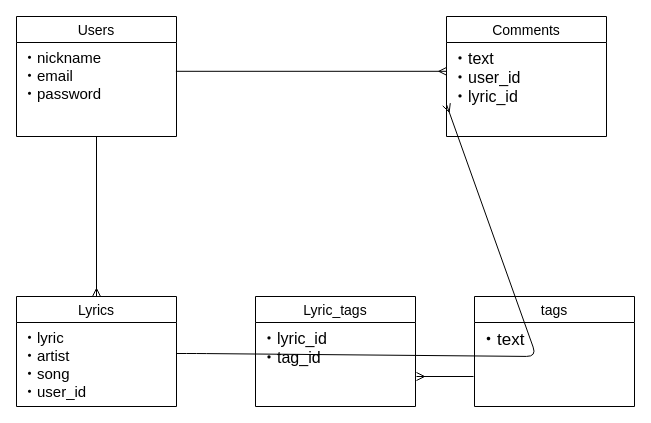
Above: lyric.dio in kenta6kmg/my_favorite_lyric (draw.io), before the change. Source tidied: cells renumbered, new cells numbered last; positions are measured from the earlier drawing's top-left corner, leaving out a move shared by most shapes. Both pictures are drawn from the tidied source at 100%, with x=0, y=0 at pixel (16, 16).
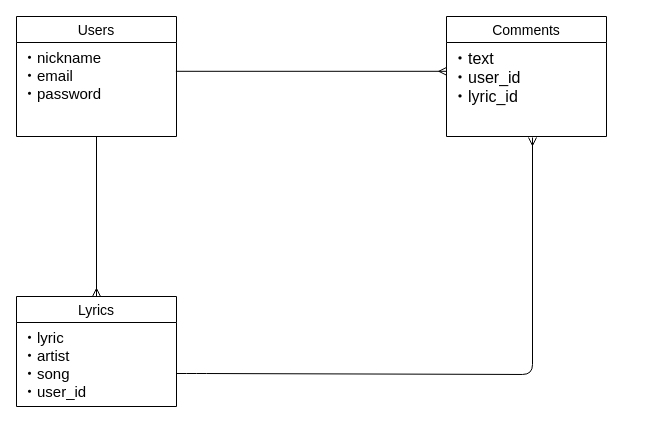
After the change.

The edit, as a diff of the source:
```diff
@@
-    <mxCell id="8" value="Lyric_tags" style="swimlane;fontStyle=0;horizontal=1;startSize=26;align=center;fontSize=14;" parent="1" vertex="1">
-      <mxGeometry x="239" y="280" width="160" height="110" as="geometry" />
-    </mxCell>
-    <mxCell id="9" value="・lyric_id&#10;・tag_id&#10;" style="text;strokeColor=none;fillColor=none;spacingLeft=4;spacingRight=4;overflow=hidden;fontSize=16;" parent="8" vertex="1">
-      <mxGeometry y="26" width="160" height="84" as="geometry" />
-    </mxCell>
-    <mxCell id="10" style="endArrow=none;html=1;rounded=0;fontSize=15;startArrow=ERmany;startFill=0;endFill=0;" parent="8" edge="1">
-      <mxGeometry relative="1" as="geometry">
-        <mxPoint x="161" y="80" as="sourcePoint" />
-        <mxPoint x="218" y="80" as="targetPoint" />
-      </mxGeometry>
-    </mxCell>
-    <mxCell id="11" value="tags" style="swimlane;fontStyle=0;horizontal=1;startSize=26;align=center;fontSize=14;" parent="1" vertex="1">
-      <mxGeometry x="458" y="280" width="160" height="110" as="geometry" />
-    </mxCell>
-    <mxCell id="12" value="・text" style="text;strokeColor=none;fillColor=none;spacingLeft=4;spacingRight=4;overflow=hidden;fontSize=17;" parent="11" vertex="1">
-      <mxGeometry y="26" width="160" height="84" as="geometry" />
-    </mxCell>
@@
-    <mxCell id="15" style="endArrow=ERmany;html=1;entryX=0;entryY=0.5;entryDx=0;entryDy=0;endFill=0;" parent="1" edge="1">
+    <mxCell id="15" style="endArrow=ERmany;html=1;endFill=0;" parent="1" edge="1">
       <mxGeometry relative="1" as="geometry">
-        <mxPoint x="160" y="337" as="sourcePoint" />
-        <mxPoint x="430" y="88" as="targetPoint" />
+        <mxPoint x="160" y="357" as="sourcePoint" />
+        <mxPoint x="516" y="121" as="targetPoint" />
         <Array as="points">
-          <mxPoint x="180" y="337" />
-          <mxPoint x="520" y="340" />
+          <mxPoint x="180" y="357" />
+          <mxPoint x="516" y="358" />
         </Array>
       </mxGeometry>
     </mxCell>
```
